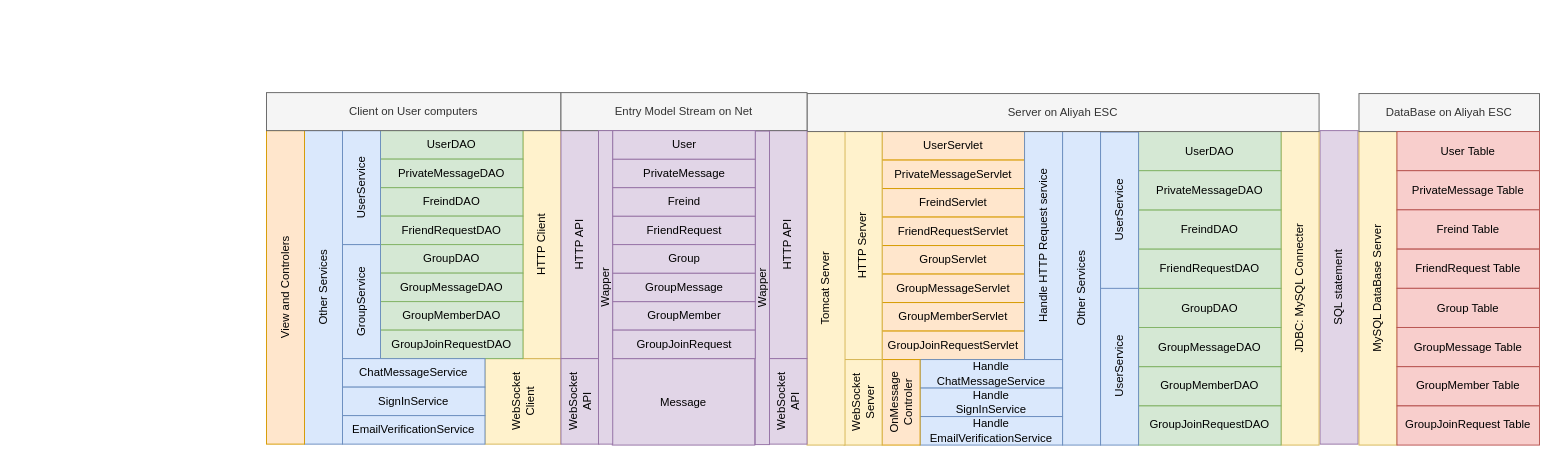
Above: doc/结构图.drawio in 0X5A0X480X52/my_qq_client (draw.io), before the change. Source tidied: cells renumbered, new cells numbered last; positions are measured from the earlier drawing's top-left corner, leaving out a move shared by most shapes. Both pictures are drawn from the tidied source at 95%, with x=0, y=0 at pixel (128, 92).
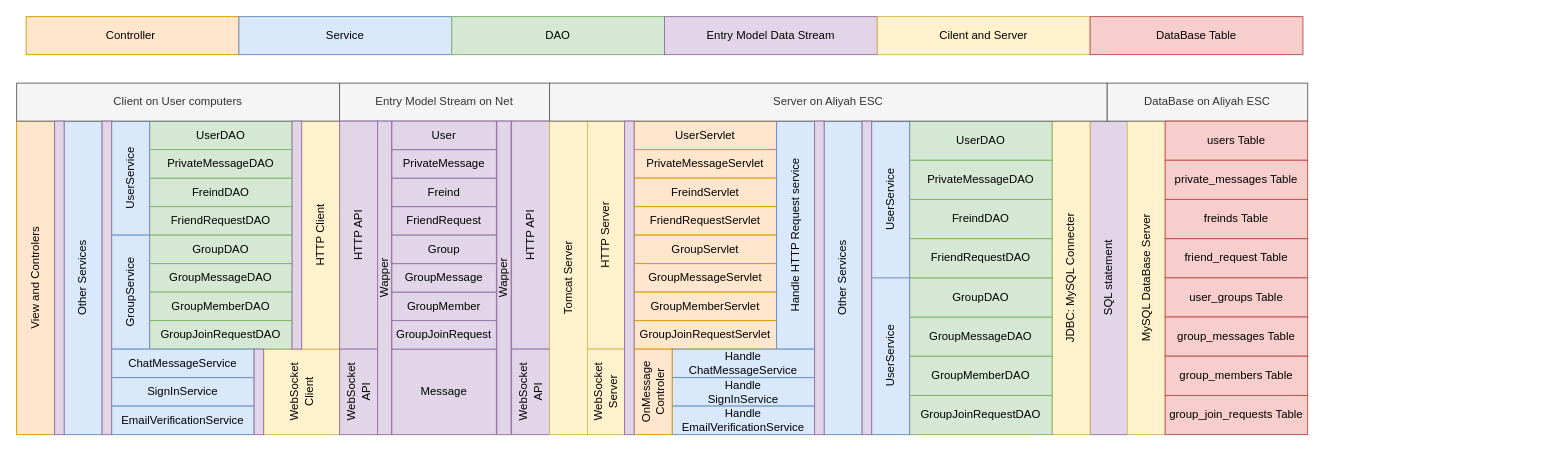
The same page after the edit.

What changed in the source:
```diff
@@
-<mxGraphModel>
+<mxGraphModel background="#ffffff">
@@
-    <mxCell id="2" value="SQL statement" style="rounded=0;whiteSpace=wrap;html=1;rotation=-90;fillColor=#e1d5e7;strokeColor=#9673a6;" parent="1" vertex="1">
-      <mxGeometry x="1109" y="185" width="330" height="40" as="geometry" />
-    </mxCell>
-    <mxCell id="3" style="group;" parent="1" vertex="1">
-      <mxGeometry x="145" width="310" height="370" as="geometry" />
-    </mxCell>
+    <mxCell id="91" style="group;" parent="1" vertex="1">
+      <mxGeometry x="-118" y="-10" width="1359" height="370" as="geometry" />
+    </mxCell>
+    <mxCell id="92" style="group;" parent="91" vertex="1">
+      <mxGeometry width="340" height="370" as="geometry" />
+    </mxCell>
-    <mxCell id="4" value="WebSocket&lt;div&gt;Client&lt;/div&gt;" style="rounded=0;whiteSpace=wrap;html=1;rotation=-90;fillColor=#fff2cc;strokeColor=#d6b656;" parent="3" vertex="1">
-      <mxGeometry x="225" y="285" width="90" height="80" as="geometry" />
+    <mxCell id="4" value="WebSocket&lt;div&gt;Client&lt;/div&gt;" style="rounded=0;whiteSpace=wrap;html=1;rotation=-90;fillColor=#fff2cc;strokeColor=#d6b656;" parent="92" vertex="1">
+      <mxGeometry x="255" y="285" width="90" height="80" as="geometry" />
     </mxCell>
-    <mxCell id="5" value="HTTP Client" style="rounded=0;whiteSpace=wrap;html=1;rotation=-90;fillColor=#fff2cc;strokeColor=#d6b656;" parent="3" vertex="1">
-      <mxGeometry x="170" y="140" width="240" height="40" as="geometry" />
+    <mxCell id="5" value="HTTP Client" style="rounded=0;whiteSpace=wrap;html=1;rotation=-90;fillColor=#fff2cc;strokeColor=#d6b656;" parent="92" vertex="1">
+      <mxGeometry x="200" y="140" width="240" height="40" as="geometry" />
     </mxCell>
-    <mxCell id="6" value="Other Services" style="rounded=0;whiteSpace=wrap;html=1;rotation=-90;fillColor=#dae8fc;strokeColor=#6c8ebf;" parent="3" vertex="1">
-      <mxGeometry x="-105" y="185" width="330" height="40" as="geometry" />
+    <mxCell id="6" value="Other Services" style="rounded=0;whiteSpace=wrap;html=1;rotation=-90;fillColor=#dae8fc;strokeColor=#6c8ebf;" parent="92" vertex="1">
+      <mxGeometry x="-95" y="185" width="330" height="40" as="geometry" />
     </mxCell>
-    <mxCell id="7" value="View and Controlers" style="rounded=0;whiteSpace=wrap;html=1;rotation=-90;fillColor=#ffe6cc;strokeColor=#d79b00;" parent="3" vertex="1">
+    <mxCell id="7" value="View and Controlers" style="rounded=0;whiteSpace=wrap;html=1;rotation=-90;fillColor=#ffe6cc;strokeColor=#d79b00;" parent="92" vertex="1">
       <mxGeometry x="-145" y="185" width="330" height="40" as="geometry" />
     </mxCell>
-    <mxCell id="8" style="group;" parent="3" vertex="1">
-      <mxGeometry x="80" y="40" width="190" height="240" as="geometry" />
+    <mxCell id="8" style="group;" parent="92" vertex="1">
+      <mxGeometry x="100" y="40" width="190" height="240" as="geometry" />
     </mxCell>
@@
-    <mxCell id="19" style="group;" parent="3" vertex="1">
-      <mxGeometry x="80" y="280" width="150" height="90" as="geometry" />
+    <mxCell id="19" style="group;" parent="92" vertex="1">
+      <mxGeometry x="100" y="280" width="150" height="90" as="geometry" />
     </mxCell>
@@
-    <mxCell id="23" value="Client on User computers" style="rounded=0;whiteSpace=wrap;html=1;fillColor=#f5f5f5;fontColor=#333333;strokeColor=#666666;" parent="3" vertex="1">
-      <mxGeometry width="310" height="40" as="geometry" />
+    <mxCell id="23" value="Client on User computers" style="rounded=0;whiteSpace=wrap;html=1;fillColor=#f5f5f5;fontColor=#333333;strokeColor=#666666;" parent="92" vertex="1">
+      <mxGeometry width="340" height="40" as="geometry" />
     </mxCell>
-    <mxCell id="24" style="group;" parent="1" vertex="1">
-      <mxGeometry x="714" y="1" width="539" height="370" as="geometry" />
-    </mxCell>
+    <mxCell id="93" style="rounded=0;whiteSpace=wrap;html=1;fillColor=#e1d5e7;strokeColor=#9673a6;" parent="92" vertex="1">
+      <mxGeometry x="290" y="40" width="10" height="240" as="geometry" />
+    </mxCell>
+    <mxCell id="94" style="rounded=0;whiteSpace=wrap;html=1;fillColor=#e1d5e7;strokeColor=#9673a6;" parent="92" vertex="1">
+      <mxGeometry x="250" y="280" width="10" height="90" as="geometry" />
+    </mxCell>
+    <mxCell id="95" style="rounded=0;whiteSpace=wrap;html=1;rotation=-90;fillColor=#e1d5e7;strokeColor=#9673a6;" parent="92" vertex="1">
+      <mxGeometry x="-70" y="200" width="330" height="10" as="geometry" />
+    </mxCell>
+    <mxCell id="96" style="rounded=0;whiteSpace=wrap;html=1;rotation=-90;fillColor=#e1d5e7;strokeColor=#9673a6;" parent="92" vertex="1">
+      <mxGeometry x="-120" y="200" width="330" height="10" as="geometry" />
+    </mxCell>
+    <mxCell id="97" style="group;" parent="91" vertex="1">
+      <mxGeometry x="340" width="221" height="370" as="geometry" />
+    </mxCell>
+    <mxCell id="79" value="Entry Model Stream on Net" style="whiteSpace=wrap;html=1;fillColor=#f5f5f5;fontColor=#333333;strokeColor=#666666;" parent="97" vertex="1">
+      <mxGeometry width="221" height="40" as="geometry" />
+    </mxCell>
+    <mxCell id="80" value="Wapper" style="rounded=0;whiteSpace=wrap;html=1;rotation=-90;fillColor=#e1d5e7;strokeColor=#9673a6;" parent="97" vertex="1">
+      <mxGeometry x="-118" y="197.5" width="330" height="15" as="geometry" />
+    </mxCell>
+    <mxCell id="81" value="Wapper" style="rounded=0;whiteSpace=wrap;html=1;rotation=-90;fillColor=#e1d5e7;strokeColor=#9673a6;" parent="97" vertex="1">
+      <mxGeometry x="8" y="197.5" width="330" height="15" as="geometry" />
+    </mxCell>
+    <mxCell id="72" value="Message" style="rounded=0;whiteSpace=wrap;html=1;fillColor=#e1d5e7;strokeColor=#9673a6;rotation=0;" parent="97" vertex="1">
+      <mxGeometry x="55" y="280" width="110" height="90" as="geometry" />
+    </mxCell>
+    <mxCell id="74" value="HTTP API" style="rounded=0;whiteSpace=wrap;html=1;rotation=-90;fillColor=#e1d5e7;strokeColor=#9673a6;" parent="97" vertex="1">
+      <mxGeometry x="-100" y="140" width="240" height="40" as="geometry" />
+    </mxCell>
+    <mxCell id="75" value="WebSocket&lt;div&gt;API&lt;/div&gt;" style="rounded=0;whiteSpace=wrap;html=1;rotation=-90;fillColor=#e1d5e7;strokeColor=#9673a6;" parent="97" vertex="1">
+      <mxGeometry x="-25" y="305" width="90" height="40" as="geometry" />
+    </mxCell>
+    <mxCell id="77" value="HTTP API" style="rounded=0;whiteSpace=wrap;html=1;rotation=-90;fillColor=#e1d5e7;strokeColor=#9673a6;" parent="97" vertex="1">
+      <mxGeometry x="81" y="140" width="240" height="40" as="geometry" />
+    </mxCell>
+    <mxCell id="78" value="WebSocket&lt;div&gt;API&lt;/div&gt;" style="rounded=0;whiteSpace=wrap;html=1;rotation=-90;fillColor=#e1d5e7;strokeColor=#9673a6;" parent="97" vertex="1">
+      <mxGeometry x="156" y="305" width="90" height="40" as="geometry" />
+    </mxCell>
+    <mxCell id="83" value="GroupMember" style="rounded=0;whiteSpace=wrap;html=1;fillColor=#e1d5e7;strokeColor=#9673a6;rotation=0;" parent="97" vertex="1">
+      <mxGeometry x="55" y="220" width="110" height="30" as="geometry" />
+    </mxCell>
+    <mxCell id="84" value="GroupMessage" style="rounded=0;whiteSpace=wrap;html=1;fillColor=#e1d5e7;strokeColor=#9673a6;rotation=0;" parent="97" vertex="1">
+      <mxGeometry x="55" y="190" width="110" height="30" as="geometry" />
+    </mxCell>
+    <mxCell id="85" value="FriendRequest" style="rounded=0;whiteSpace=wrap;html=1;fillColor=#e1d5e7;strokeColor=#9673a6;rotation=0;" parent="97" vertex="1">
+      <mxGeometry x="55" y="130" width="110" height="30" as="geometry" />
+    </mxCell>
+    <mxCell id="86" value="Freind" style="rounded=0;whiteSpace=wrap;html=1;fillColor=#e1d5e7;strokeColor=#9673a6;rotation=0;" parent="97" vertex="1">
+      <mxGeometry x="55" y="100" width="110" height="30" as="geometry" />
+    </mxCell>
+    <mxCell id="87" value="PrivateMessage" style="rounded=0;whiteSpace=wrap;html=1;fillColor=#e1d5e7;strokeColor=#9673a6;rotation=0;" parent="97" vertex="1">
+      <mxGeometry x="55" y="70" width="110" height="30" as="geometry" />
+    </mxCell>
+    <mxCell id="88" value="User" style="rounded=0;whiteSpace=wrap;html=1;fillColor=#e1d5e7;strokeColor=#9673a6;rotation=0;" parent="97" vertex="1">
+      <mxGeometry x="55" y="40" width="110" height="30" as="geometry" />
+    </mxCell>
+    <mxCell id="89" value="GroupJoinRequest" style="rounded=0;whiteSpace=wrap;html=1;fillColor=#e1d5e7;strokeColor=#9673a6;rotation=0;" parent="97" vertex="1">
+      <mxGeometry x="55" y="250" width="110" height="30" as="geometry" />
+    </mxCell>
+    <mxCell id="90" value="Group" style="rounded=0;whiteSpace=wrap;html=1;fillColor=#e1d5e7;strokeColor=#9673a6;rotation=0;" parent="97" vertex="1">
+      <mxGeometry x="55" y="160" width="110" height="30" as="geometry" />
+    </mxCell>
+    <mxCell id="98" style="group;" parent="91" vertex="1">
+      <mxGeometry x="561" width="798" height="370" as="geometry" />
+    </mxCell>
+    <mxCell id="2" value="SQL statement" style="rounded=0;whiteSpace=wrap;html=1;rotation=-90;fillColor=#e1d5e7;strokeColor=#9673a6;" parent="98" vertex="1">
+      <mxGeometry x="424" y="185" width="330" height="40" as="geometry" />
+    </mxCell>
-    <mxCell id="25" value="Other Services" style="rounded=0;whiteSpace=wrap;html=1;rotation=-90;fillColor=#dae8fc;strokeColor=#6c8ebf;" parent="24" vertex="1">
-      <mxGeometry x="124" y="185" width="330" height="40" as="geometry" />
+    <mxCell id="25" value="Other Services" style="rounded=0;whiteSpace=wrap;html=1;rotation=-90;fillColor=#dae8fc;strokeColor=#6c8ebf;" parent="98" vertex="1">
+      <mxGeometry x="144" y="185" width="330" height="40" as="geometry" />
     </mxCell>
-    <mxCell id="26" value="JDBC: MySQL Connecter" style="rounded=0;whiteSpace=wrap;html=1;rotation=-90;fillColor=#fff2cc;strokeColor=#d6b656;" parent="24" vertex="1">
-      <mxGeometry x="354" y="185" width="330" height="40" as="geometry" />
+    <mxCell id="26" value="JDBC: MySQL Connecter" style="rounded=0;whiteSpace=wrap;html=1;rotation=-90;fillColor=#fff2cc;strokeColor=#d6b656;" parent="98" vertex="1">
+      <mxGeometry x="384" y="185" width="330" height="40" as="geometry" />
     </mxCell>
-    <mxCell id="27" style="group;" parent="24" vertex="1">
-      <mxGeometry x="79" y="40" width="190" height="240" as="geometry" />
+    <mxCell id="27" style="group;" parent="98" vertex="1">
+      <mxGeometry x="89" y="40" width="190" height="240" as="geometry" />
     </mxCell>
@@
-    <mxCell id="37" style="group;" parent="24" vertex="1">
-      <mxGeometry x="309" y="40" width="190" height="330" as="geometry" />
+    <mxCell id="37" style="group;" parent="98" vertex="1">
+      <mxGeometry x="339" y="40" width="190" height="330" as="geometry" />
     </mxCell>
@@
-    <mxCell id="48" style="group;" parent="24" vertex="1">
-      <mxGeometry x="79" y="280" width="190" height="90" as="geometry" />
+    <mxCell id="48" style="group;" parent="98" vertex="1">
+      <mxGeometry x="89" y="280" width="190" height="90" as="geometry" />
     </mxCell>
@@
-    <mxCell id="53" style="group;" parent="24" vertex="1">
+    <mxCell id="53" style="group;" parent="98" vertex="1">
       <mxGeometry y="40" width="79" height="330" as="geometry" />
     </mxCell>
@@
-    <mxCell id="57" value="Server on Aliyah ESC" style="rounded=0;whiteSpace=wrap;html=1;fillColor=#f5f5f5;fontColor=#333333;strokeColor=#666666;" parent="24" vertex="1">
-      <mxGeometry width="539" height="40" as="geometry" />
+    <mxCell id="57" value="Server on Aliyah ESC" style="rounded=0;whiteSpace=wrap;html=1;fillColor=#f5f5f5;fontColor=#333333;strokeColor=#666666;" parent="98" vertex="1">
+      <mxGeometry width="587" height="40" as="geometry" />
     </mxCell>
-    <mxCell id="58" style="group;" parent="1" vertex="1">
-      <mxGeometry x="1295" y="1" width="190" height="370" as="geometry" />
-    </mxCell>
+    <mxCell id="99" style="rounded=0;whiteSpace=wrap;html=1;fillColor=#e1d5e7;strokeColor=#9673a6;" parent="98" vertex="1">
+      <mxGeometry x="79" y="40" width="10" height="330" as="geometry" />
+    </mxCell>
+    <mxCell id="100" style="rounded=0;whiteSpace=wrap;html=1;fillColor=#e1d5e7;strokeColor=#9673a6;" parent="98" vertex="1">
+      <mxGeometry x="279" y="40" width="10" height="330" as="geometry" />
+    </mxCell>
+    <mxCell id="101" style="rounded=0;whiteSpace=wrap;html=1;fillColor=#e1d5e7;strokeColor=#9673a6;" parent="98" vertex="1">
+      <mxGeometry x="329" y="40" width="10" height="330" as="geometry" />
+    </mxCell>
-    <mxCell id="59" value="MySQL DataBase Server" style="rounded=0;whiteSpace=wrap;html=1;rotation=-90;fillColor=#fff2cc;strokeColor=#d6b656;" parent="58" vertex="1">
-      <mxGeometry x="-145" y="185" width="330" height="40" as="geometry" />
+    <mxCell id="59" value="MySQL DataBase Server" style="rounded=0;whiteSpace=wrap;html=1;rotation=-90;fillColor=#fff2cc;strokeColor=#d6b656;" parent="98" vertex="1">
+      <mxGeometry x="463" y="185" width="330" height="40" as="geometry" />
     </mxCell>
-    <mxCell id="60" value="DataBase on Aliyah ESC" style="rounded=0;whiteSpace=wrap;html=1;fillColor=#f5f5f5;fontColor=#333333;strokeColor=#666666;" parent="58" vertex="1">
-      <mxGeometry width="190" height="40" as="geometry" />
+    <mxCell id="60" value="DataBase on Aliyah ESC" style="rounded=0;whiteSpace=wrap;html=1;fillColor=#f5f5f5;fontColor=#333333;strokeColor=#666666;" parent="98" vertex="1">
+      <mxGeometry x="587" width="211" height="40" as="geometry" />
     </mxCell>
-    <mxCell id="61" style="group;" parent="58" vertex="1">
-      <mxGeometry x="40" y="40" width="150" height="330" as="geometry" />
+    <mxCell id="61" style="group;" parent="98" vertex="1">
+      <mxGeometry x="648" y="40" width="150" height="330" as="geometry" />
     </mxCell>
-    <mxCell id="62" value="User Table" style="rounded=0;whiteSpace=wrap;html=1;fillColor=#f8cecc;strokeColor=#b85450;" parent="61" vertex="1">
+    <mxCell id="62" value="users Table" style="rounded=0;whiteSpace=wrap;html=1;fillColor=#f8cecc;strokeColor=#b85450;" parent="61" vertex="1">
       <mxGeometry width="150" height="41.2" as="geometry" />
     </mxCell>
-    <mxCell id="63" value="PrivateMessage Table" style="rounded=0;whiteSpace=wrap;html=1;fillColor=#f8cecc;strokeColor=#b85450;" parent="61" vertex="1">
+    <mxCell id="63" value="private_messages Table" style="rounded=0;whiteSpace=wrap;html=1;fillColor=#f8cecc;strokeColor=#b85450;" parent="61" vertex="1">
       <mxGeometry y="41.2" width="150" height="41.2" as="geometry" />
     </mxCell>
-    <mxCell id="64" value="Freind Table" style="rounded=0;whiteSpace=wrap;html=1;fillColor=#f8cecc;strokeColor=#b85450;" parent="61" vertex="1">
+    <mxCell id="64" value="freinds Table" style="rounded=0;whiteSpace=wrap;html=1;fillColor=#f8cecc;strokeColor=#b85450;" parent="61" vertex="1">
       <mxGeometry y="82.4" width="150" height="41.2" as="geometry" />
     </mxCell>
-    <mxCell id="65" value="FriendRequest Table" style="rounded=0;whiteSpace=wrap;html=1;fillColor=#f8cecc;strokeColor=#b85450;" parent="61" vertex="1">
+    <mxCell id="65" value="friend_request Table" style="rounded=0;whiteSpace=wrap;html=1;fillColor=#f8cecc;strokeColor=#b85450;" parent="61" vertex="1">
       <mxGeometry y="123.8" width="150" height="41.2" as="geometry" />
     </mxCell>
-    <mxCell id="66" value="Group Table" style="rounded=0;whiteSpace=wrap;html=1;fillColor=#f8cecc;strokeColor=#b85450;" parent="61" vertex="1">
+    <mxCell id="66" value="user_groups Table" style="rounded=0;whiteSpace=wrap;html=1;fillColor=#f8cecc;strokeColor=#b85450;" parent="61" vertex="1">
       <mxGeometry y="165" width="150" height="41.2" as="geometry" />
     </mxCell>
-    <mxCell id="67" value="GroupMessage Table" style="rounded=0;whiteSpace=wrap;html=1;fillColor=#f8cecc;strokeColor=#b85450;" parent="61" vertex="1">
+    <mxCell id="67" value="group_messages Table" style="rounded=0;whiteSpace=wrap;html=1;fillColor=#f8cecc;strokeColor=#b85450;" parent="61" vertex="1">
       <mxGeometry y="206.2" width="150" height="41.2" as="geometry" />
     </mxCell>
-    <mxCell id="68" value="GroupMember Table" style="rounded=0;whiteSpace=wrap;html=1;fillColor=#f8cecc;strokeColor=#b85450;" parent="61" vertex="1">
+    <mxCell id="68" value="group_members Table" style="rounded=0;whiteSpace=wrap;html=1;fillColor=#f8cecc;strokeColor=#b85450;" parent="61" vertex="1">
       <mxGeometry y="247.5" width="150" height="41.2" as="geometry" />
     </mxCell>
-    <mxCell id="69" value="GroupJoinRequest Table" style="rounded=0;whiteSpace=wrap;html=1;fillColor=#f8cecc;strokeColor=#b85450;" parent="61" vertex="1">
+    <mxCell id="69" value="group_join_requests Table" style="rounded=0;whiteSpace=wrap;html=1;fillColor=#f8cecc;strokeColor=#b85450;" parent="61" vertex="1">
       <mxGeometry y="288.8" width="150" height="41.2" as="geometry" />
     </mxCell>
-    <mxCell id="70" style="group;" parent="1" vertex="1">
-      <mxGeometry x="455" width="259" height="371" as="geometry" />
-    </mxCell>
-    <mxCell id="71" style="group;" parent="70" vertex="1">
-      <mxGeometry x="54" y="40" width="150" height="331" as="geometry" />
-    </mxCell>
-    <mxCell id="72" value="Message" style="rounded=0;whiteSpace=wrap;html=1;fillColor=#e1d5e7;strokeColor=#9673a6;rotation=0;" parent="71" vertex="1">
-      <mxGeometry y="240" width="150" height="91" as="geometry" />
-    </mxCell>
-    <mxCell id="73" style="group;" parent="70" vertex="1">
-      <mxGeometry y="40" width="40" height="330" as="geometry" />
-    </mxCell>
-    <mxCell id="74" value="HTTP API" style="rounded=0;whiteSpace=wrap;html=1;rotation=-90;fillColor=#e1d5e7;strokeColor=#9673a6;" parent="73" vertex="1">
-      <mxGeometry x="-100" y="100" width="240" height="40" as="geometry" />
-    </mxCell>
-    <mxCell id="75" value="WebSocket&lt;div&gt;API&lt;/div&gt;" style="rounded=0;whiteSpace=wrap;html=1;rotation=-90;fillColor=#e1d5e7;strokeColor=#9673a6;" parent="73" vertex="1">
-      <mxGeometry x="-25" y="265" width="90" height="40" as="geometry" />
-    </mxCell>
-    <mxCell id="76" style="group;" parent="70" vertex="1">
-      <mxGeometry x="219" y="40" width="40" height="330" as="geometry" />
-    </mxCell>
-    <mxCell id="77" value="HTTP API" style="rounded=0;whiteSpace=wrap;html=1;rotation=-90;fillColor=#e1d5e7;strokeColor=#9673a6;" parent="76" vertex="1">
-      <mxGeometry x="-100" y="100" width="240" height="40" as="geometry" />
-    </mxCell>
-    <mxCell id="78" value="WebSocket&lt;div&gt;API&lt;/div&gt;" style="rounded=0;whiteSpace=wrap;html=1;rotation=-90;fillColor=#e1d5e7;strokeColor=#9673a6;" parent="76" vertex="1">
-      <mxGeometry x="-25" y="265" width="90" height="40" as="geometry" />
-    </mxCell>
-    <mxCell id="79" value="Entry Model Stream on Net" style="whiteSpace=wrap;html=1;fillColor=#f5f5f5;fontColor=#333333;strokeColor=#666666;" parent="70" vertex="1">
-      <mxGeometry width="259" height="40" as="geometry" />
-    </mxCell>
-    <mxCell id="80" value="Wapper" style="rounded=0;whiteSpace=wrap;html=1;rotation=-90;fillColor=#e1d5e7;strokeColor=#9673a6;" parent="70" vertex="1">
-      <mxGeometry x="-118" y="197.5" width="330" height="15" as="geometry" />
-    </mxCell>
-    <mxCell id="81" value="Wapper" style="rounded=0;whiteSpace=wrap;html=1;rotation=-90;fillColor=#e1d5e7;strokeColor=#9673a6;" parent="70" vertex="1">
-      <mxGeometry x="47" y="198" width="330" height="15" as="geometry" />
-    </mxCell>
-    <mxCell id="82" style="group;rotation=0;" parent="70" vertex="1">
-      <mxGeometry x="54.5" y="40" width="150" height="240" as="geometry" />
-    </mxCell>
-    <mxCell id="83" value="GroupMember" style="rounded=0;whiteSpace=wrap;html=1;fillColor=#e1d5e7;strokeColor=#9673a6;rotation=0;" parent="82" vertex="1">
-      <mxGeometry y="180" width="150" height="30" as="geometry" />
-    </mxCell>
-    <mxCell id="84" value="GroupMessage" style="rounded=0;whiteSpace=wrap;html=1;fillColor=#e1d5e7;strokeColor=#9673a6;rotation=0;" parent="82" vertex="1">
-      <mxGeometry y="150" width="150" height="30" as="geometry" />
-    </mxCell>
-    <mxCell id="85" value="FriendRequest" style="rounded=0;whiteSpace=wrap;html=1;fillColor=#e1d5e7;strokeColor=#9673a6;rotation=0;" parent="82" vertex="1">
-      <mxGeometry y="90" width="150" height="30" as="geometry" />
-    </mxCell>
-    <mxCell id="86" value="Freind" style="rounded=0;whiteSpace=wrap;html=1;fillColor=#e1d5e7;strokeColor=#9673a6;rotation=0;" parent="82" vertex="1">
-      <mxGeometry y="60" width="150" height="30" as="geometry" />
-    </mxCell>
-    <mxCell id="87" value="PrivateMessage" style="rounded=0;whiteSpace=wrap;html=1;fillColor=#e1d5e7;strokeColor=#9673a6;rotation=0;" parent="82" vertex="1">
-      <mxGeometry y="30" width="150" height="30" as="geometry" />
-    </mxCell>
-    <mxCell id="88" value="User" style="rounded=0;whiteSpace=wrap;html=1;fillColor=#e1d5e7;strokeColor=#9673a6;rotation=0;" parent="82" vertex="1">
-      <mxGeometry width="150" height="30" as="geometry" />
-    </mxCell>
-    <mxCell id="89" value="GroupJoinRequest" style="rounded=0;whiteSpace=wrap;html=1;fillColor=#e1d5e7;strokeColor=#9673a6;rotation=0;" parent="82" vertex="1">
-      <mxGeometry y="210" width="150" height="30" as="geometry" />
-    </mxCell>
-    <mxCell id="90" value="Group" style="rounded=0;whiteSpace=wrap;html=1;fillColor=#e1d5e7;strokeColor=#9673a6;rotation=0;" parent="82" vertex="1">
-      <mxGeometry y="120" width="150" height="30" as="geometry" />
-    </mxCell>
+    <mxCell id="102" style="group;" parent="1" vertex="1">
+      <mxGeometry x="-108" y="-80" width="1344" height="40" as="geometry" />
+    </mxCell>
+    <mxCell id="103" value="Controller&amp;nbsp;" style="rounded=0;whiteSpace=wrap;html=1;fillColor=#ffe6cc;strokeColor=#d79b00;" parent="102" vertex="1">
+      <mxGeometry width="224" height="40" as="geometry" />
+    </mxCell>
+    <mxCell id="104" value="Service" style="rounded=0;whiteSpace=wrap;html=1;fillColor=#dae8fc;strokeColor=#6c8ebf;" parent="102" vertex="1">
+      <mxGeometry x="224" width="224" height="40" as="geometry" />
+    </mxCell>
+    <mxCell id="105" value="DAO" style="rounded=0;whiteSpace=wrap;html=1;fillColor=#d5e8d4;strokeColor=#82b366;" parent="102" vertex="1">
+      <mxGeometry x="448" width="224" height="40" as="geometry" />
+    </mxCell>
+    <mxCell id="106" value="Entry Model Data Stream" style="rounded=0;whiteSpace=wrap;html=1;fillColor=#e1d5e7;strokeColor=#9673a6;" parent="102" vertex="1">
+      <mxGeometry x="672" width="224" height="40" as="geometry" />
+    </mxCell>
+    <mxCell id="107" value="Cilent and Server" style="rounded=0;whiteSpace=wrap;html=1;fillColor=#fff2cc;strokeColor=#d6b656;" parent="102" vertex="1">
+      <mxGeometry x="896" width="224" height="40" as="geometry" />
+    </mxCell>
+    <mxCell id="108" value="DataBase Table" style="rounded=0;whiteSpace=wrap;html=1;fillColor=#f8cecc;strokeColor=#b85450;" parent="102" vertex="1">
+      <mxGeometry x="1120" width="224" height="40" as="geometry" />
+    </mxCell>
```
